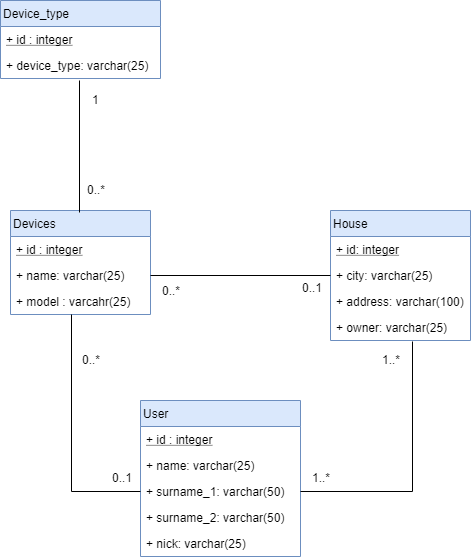
This is documentation/er_diagram.png from SergioEstebanP/DomoticPi, a draw.io export, as it was before one commit. Source tidied: cells renumbered, new cells last; positions are measured from the earlier drawing's top-left corner, leaving out a move shared by most shapes. The source it was exported from:
```xml
<mxGraphModel background="#ffffff">
  <root>
    <mxCell id="0" />
    <mxCell id="1" parent="0" />
    <mxCell id="2" value="Devices" style="swimlane;fontStyle=0;horizontal=1;startSize=26;fillColor=#dae8fc;rounded=0;align=left;strokeColor=#6c8ebf;" parent="1" vertex="1">
      <mxGeometry x="10" y="210" width="140" height="104" as="geometry" />
    </mxCell>
    <mxCell id="3" value="+ id : integer&#10;" style="text;strokeColor=none;fillColor=none;align=left;verticalAlign=top;spacingLeft=4;spacingRight=4;overflow=hidden;fontStyle=4;" parent="2" vertex="1">
      <mxGeometry y="26" width="140" height="26" as="geometry" />
    </mxCell>
    <mxCell id="4" value="+ name: varchar(25)" style="text;strokeColor=none;fillColor=none;align=left;verticalAlign=top;spacingLeft=4;spacingRight=4;overflow=hidden;points=[[0,0.5],[1,0.5]];portConstraint=eastwest;" parent="2" vertex="1">
      <mxGeometry y="52" width="140" height="26" as="geometry" />
    </mxCell>
    <mxCell id="5" value="+ model : varcahr(25)" style="text;strokeColor=none;fillColor=none;align=left;verticalAlign=top;spacingLeft=4;spacingRight=4;overflow=hidden;points=[[0,0.5],[1,0.5]];portConstraint=eastwest;" parent="2" vertex="1">
      <mxGeometry y="78" width="140" height="26" as="geometry" />
    </mxCell>
    <mxCell id="6" value="House" style="swimlane;fontStyle=0;horizontal=1;startSize=26;fillColor=#dae8fc;rounded=0;align=left;strokeColor=#6c8ebf;" parent="1" vertex="1">
      <mxGeometry x="330" y="210" width="140" height="130" as="geometry" />
    </mxCell>
    <mxCell id="7" value="+ id: integer" style="text;strokeColor=none;fillColor=none;align=left;verticalAlign=top;spacingLeft=4;spacingRight=4;overflow=hidden;fontStyle=4;" parent="6" vertex="1">
      <mxGeometry y="26" width="140" height="26" as="geometry" />
    </mxCell>
    <mxCell id="8" value="+ city: varchar(25)" style="text;strokeColor=none;fillColor=none;align=left;verticalAlign=top;spacingLeft=4;spacingRight=4;overflow=hidden;points=[[0,0.5],[1,0.5]];portConstraint=eastwest;" parent="6" vertex="1">
      <mxGeometry y="52" width="140" height="26" as="geometry" />
    </mxCell>
    <mxCell id="9" value="+ address: varchar(100)&#10;" style="text;strokeColor=none;fillColor=none;align=left;verticalAlign=top;spacingLeft=4;spacingRight=4;overflow=hidden;" parent="6" vertex="1">
      <mxGeometry y="78" width="140" height="26" as="geometry" />
    </mxCell>
    <mxCell id="10" value="+ owner: varchar(25)" style="text;strokeColor=none;fillColor=none;align=left;verticalAlign=top;spacingLeft=4;spacingRight=4;overflow=hidden;points=[[0,0.5],[1,0.5]];portConstraint=eastwest;" parent="6" vertex="1">
      <mxGeometry y="104" width="140" height="26" as="geometry" />
    </mxCell>
    <mxCell id="11" value="User" style="swimlane;fontStyle=0;horizontal=1;startSize=26;fillColor=#dae8fc;rounded=0;align=left;strokeColor=#6c8ebf;" parent="1" vertex="1">
      <mxGeometry x="140" y="400" width="160" height="156" as="geometry" />
    </mxCell>
    <mxCell id="12" value="+ id : integer&#10;" style="text;strokeColor=none;fillColor=none;align=left;verticalAlign=top;spacingLeft=4;spacingRight=4;overflow=hidden;fontStyle=4;" parent="11" vertex="1">
      <mxGeometry y="26" width="160" height="26" as="geometry" />
    </mxCell>
    <mxCell id="13" value="+ name: varchar(25)" style="text;strokeColor=none;fillColor=none;align=left;verticalAlign=top;spacingLeft=4;spacingRight=4;overflow=hidden;" parent="11" vertex="1">
      <mxGeometry y="52" width="160" height="26" as="geometry" />
    </mxCell>
    <mxCell id="14" value="+ surname_1: varchar(50)&#10;" style="text;strokeColor=none;fillColor=none;align=left;verticalAlign=top;spacingLeft=4;spacingRight=4;overflow=hidden;points=[[0,0.5],[1,0.5]];portConstraint=eastwest;" parent="11" vertex="1">
      <mxGeometry y="78" width="160" height="26" as="geometry" />
    </mxCell>
    <mxCell id="15" value="+ surname_2: varchar(50)" style="text;strokeColor=none;fillColor=none;align=left;verticalAlign=top;spacingLeft=4;spacingRight=4;overflow=hidden;" parent="11" vertex="1">
      <mxGeometry y="104" width="160" height="26" as="geometry" />
    </mxCell>
    <mxCell id="16" value="+ nick: varchar(25)" style="text;strokeColor=none;fillColor=none;align=left;verticalAlign=top;spacingLeft=4;spacingRight=4;overflow=hidden;points=[[0,0.5],[1,0.5]];portConstraint=eastwest;" parent="11" vertex="1">
      <mxGeometry y="130" width="160" height="26" as="geometry" />
    </mxCell>
    <mxCell id="17" style="edgeStyle=orthogonalEdgeStyle;rounded=0;jettySize=auto;html=1;exitX=0;exitY=0.5;exitDx=0;exitDy=0;entryX=0.436;entryY=1;entryDx=0;entryDy=0;entryPerimeter=0;endArrow=none;endFill=0;" parent="1" edge="1" source="14" target="5">
      <mxGeometry relative="1" as="geometry" />
    </mxCell>
    <mxCell id="18" style="edgeStyle=orthogonalEdgeStyle;rounded=0;jettySize=auto;html=1;exitX=1;exitY=0.5;exitDx=0;exitDy=0;endArrow=none;endFill=0;entryX=0.586;entryY=1.038;entryDx=0;entryDy=0;entryPerimeter=0;" parent="1" edge="1" source="14" target="10">
      <mxGeometry relative="1" as="geometry" />
    </mxCell>
    <mxCell id="19" style="edgeStyle=orthogonalEdgeStyle;rounded=0;jettySize=auto;html=1;exitX=1;exitY=0.5;exitDx=0;exitDy=0;entryX=0;entryY=0.5;entryDx=0;entryDy=0;endArrow=none;endFill=0;" parent="1" edge="1" source="4" target="8">
      <mxGeometry relative="1" as="geometry" />
    </mxCell>
    <mxCell id="20" value="0..*&lt;br&gt;" style="text;html=1;align=left;verticalAlign=top;spacingTop=-4;" parent="1" vertex="1">
      <mxGeometry x="80" y="350" width="30" height="20" as="geometry" />
    </mxCell>
    <mxCell id="21" value="0..1" style="text;html=1;align=left;verticalAlign=top;spacingTop=-4;" parent="1" vertex="1">
      <mxGeometry x="110" y="468" width="40" height="20" as="geometry" />
    </mxCell>
    <mxCell id="22" value="1..*" style="text;html=1;align=left;verticalAlign=top;spacingTop=-4;" parent="1" vertex="1">
      <mxGeometry x="380" y="350" width="30" height="20" as="geometry" />
    </mxCell>
    <mxCell id="23" value="1..*" style="text;html=1;align=left;verticalAlign=top;spacingTop=-4;" parent="1" vertex="1">
      <mxGeometry x="310" y="468" width="30" height="20" as="geometry" />
    </mxCell>
    <mxCell id="24" value="0..1" style="text;html=1;align=left;verticalAlign=top;spacingTop=-4;" parent="1" vertex="1">
      <mxGeometry x="300" y="278" width="40" height="20" as="geometry" />
    </mxCell>
    <mxCell id="25" value="0..*" style="text;html=1;align=left;verticalAlign=top;spacingTop=-4;" parent="1" vertex="1">
      <mxGeometry x="160" y="281" width="30" height="20" as="geometry" />
    </mxCell>
    <mxCell id="26" value="Device_type" style="swimlane;fontStyle=0;horizontal=1;startSize=26;fillColor=#dae8fc;rounded=0;align=left;strokeColor=#6c8ebf;" parent="1" vertex="1">
      <mxGeometry width="160" height="78" as="geometry" />
    </mxCell>
    <mxCell id="27" value="+ id : integer" style="text;strokeColor=none;fillColor=none;align=left;verticalAlign=top;spacingLeft=4;spacingRight=4;overflow=hidden;fontStyle=4;" parent="26" vertex="1">
      <mxGeometry y="26" width="160" height="26" as="geometry" />
    </mxCell>
    <mxCell id="28" value="+ device_type: varchar(25)" style="text;strokeColor=none;fillColor=none;align=left;verticalAlign=top;spacingLeft=4;spacingRight=4;overflow=hidden;" parent="26" vertex="1">
      <mxGeometry y="52" width="160" height="26" as="geometry" />
    </mxCell>
    <mxCell id="29" style="endArrow=none;html=1;" parent="1" edge="1">
      <mxGeometry relative="1" as="geometry">
        <mxPoint x="79" y="212" as="sourcePoint" />
        <mxPoint x="79" y="80" as="targetPoint" />
      </mxGeometry>
    </mxCell>
    <mxCell id="30" value="1" style="text;html=1;align=left;verticalAlign=top;spacingTop=-4;" parent="1" vertex="1">
      <mxGeometry x="90" y="90" width="20" height="20" as="geometry" />
    </mxCell>
    <mxCell id="31" value="0..*" style="text;html=1;align=left;verticalAlign=top;spacingTop=-4;" parent="1" vertex="1">
      <mxGeometry x="85" y="180" width="30" height="20" as="geometry" />
    </mxCell>
  </root>
</mxGraphModel>
```
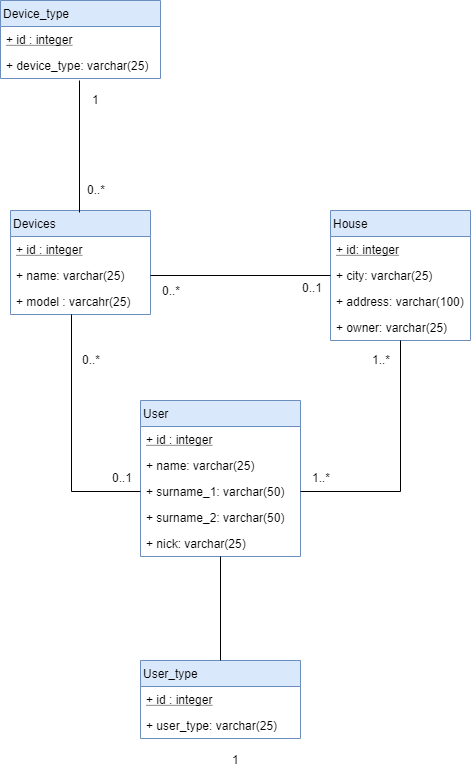
After the change.

Diff of the diagram source:
```diff
@@ -50,9 +50,6 @@
     <mxCell id="17" style="edgeStyle=orthogonalEdgeStyle;rounded=0;jettySize=auto;html=1;exitX=0;exitY=0.5;exitDx=0;exitDy=0;entryX=0.436;entryY=1;entryDx=0;entryDy=0;entryPerimeter=0;endArrow=none;endFill=0;" parent="1" edge="1" source="14" target="5">
       <mxGeometry relative="1" as="geometry" />
     </mxCell>
-    <mxCell id="18" style="edgeStyle=orthogonalEdgeStyle;rounded=0;jettySize=auto;html=1;exitX=1;exitY=0.5;exitDx=0;exitDy=0;endArrow=none;endFill=0;entryX=0.586;entryY=1.038;entryDx=0;entryDy=0;entryPerimeter=0;" parent="1" edge="1" source="14" target="10">
-      <mxGeometry relative="1" as="geometry" />
-    </mxCell>
     <mxCell id="19" style="edgeStyle=orthogonalEdgeStyle;rounded=0;jettySize=auto;html=1;exitX=1;exitY=0.5;exitDx=0;exitDy=0;entryX=0;entryY=0.5;entryDx=0;entryDy=0;endArrow=none;endFill=0;" parent="1" edge="1" source="4" target="8">
       <mxGeometry relative="1" as="geometry" />
     </mxCell>
@@ -63,7 +60,7 @@
       <mxGeometry x="110" y="468" width="40" height="20" as="geometry" />
     </mxCell>
     <mxCell id="22" value="1..*" style="text;html=1;align=left;verticalAlign=top;spacingTop=-4;" parent="1" vertex="1">
-      <mxGeometry x="380" y="350" width="30" height="20" as="geometry" />
+      <mxGeometry x="370" y="350" width="30" height="20" as="geometry" />
     </mxCell>
     <mxCell id="23" value="1..*" style="text;html=1;align=left;verticalAlign=top;spacingTop=-4;" parent="1" vertex="1">
       <mxGeometry x="310" y="468" width="30" height="20" as="geometry" />
@@ -95,5 +92,23 @@
     <mxCell id="31" value="0..*" style="text;html=1;align=left;verticalAlign=top;spacingTop=-4;" parent="1" vertex="1">
       <mxGeometry x="85" y="180" width="30" height="20" as="geometry" />
     </mxCell>
+    <mxCell id="32" value="User_type" style="swimlane;fontStyle=0;horizontal=1;startSize=26;fillColor=#dae8fc;rounded=0;align=left;strokeColor=#6c8ebf;" parent="1" vertex="1">
+      <mxGeometry x="140" y="660" width="160" height="78" as="geometry" />
+    </mxCell>
+    <mxCell id="33" value="+ id : integer" style="text;strokeColor=none;fillColor=none;align=left;verticalAlign=top;spacingLeft=4;spacingRight=4;overflow=hidden;fontStyle=4;" parent="32" vertex="1">
+      <mxGeometry y="26" width="160" height="26" as="geometry" />
+    </mxCell>
+    <mxCell id="34" value="+ user_type: varchar(25)" style="text;strokeColor=none;fillColor=none;align=left;verticalAlign=top;spacingLeft=4;spacingRight=4;overflow=hidden;" parent="32" vertex="1">
+      <mxGeometry y="52" width="160" height="26" as="geometry" />
+    </mxCell>
+    <mxCell id="35" value="1" style="text;html=1;align=left;verticalAlign=top;spacingTop=-4;" parent="1" vertex="1">
+      <mxGeometry x="230" y="750" width="20" height="20" as="geometry" />
+    </mxCell>
+    <mxCell id="36" style="endArrow=none;html=1;exitX=0.5;exitY=0;exitDx=0;exitDy=0;" parent="1" edge="1" source="32" target="16">
+      <mxGeometry relative="1" as="geometry" />
+    </mxCell>
+    <mxCell id="18" style="edgeStyle=orthogonalEdgeStyle;rounded=0;jettySize=auto;html=1;exitX=1;exitY=0.5;exitDx=0;exitDy=0;entryX=0.502;entryY=1.013;entryDx=0;entryDy=0;entryPerimeter=0;endArrow=none;endFill=0;" parent="1" edge="1" source="14" target="10">
+      <mxGeometry relative="1" as="geometry" />
+    </mxCell>
   </root>
 </mxGraphModel>
```
